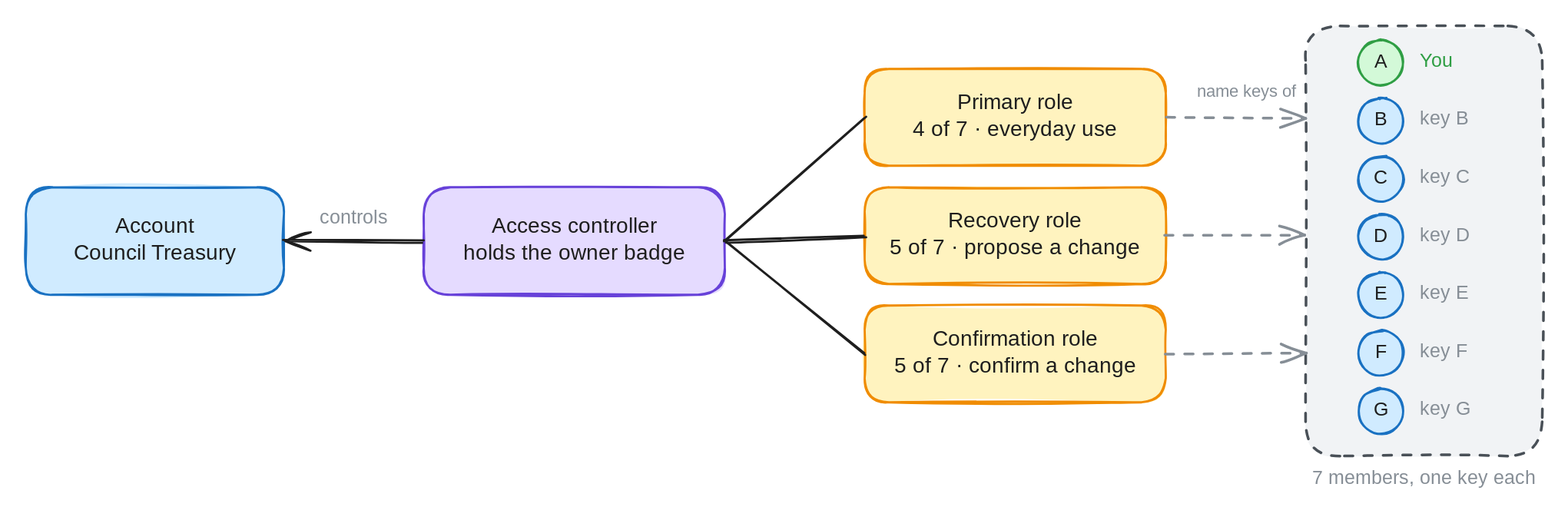
Above: docs/shared-control-pre-authorization/shared-control.svg in radixdlt/sargon (Excalidraw), before the change. Source tidied: one line per element, renumbered; positions are measured from the earlier drawing's top-left corner, leaving out a move shared by most shapes. The source it was exported from:
```json
{"id": 0, "type": "rectangle", "strokeColor": "#1971c2", "backgroundColor": "#d0ebff", "fillStyle": "solid", "strokeWidth": 2, "roughness": 1, "round": true, "x": 0, "y": 150, "width": 240, "height": 100}
{"id": 1, "type": "text", "text": "Account\nCouncil Treasury", "strokeColor": "#1e1e1e", "strokeWidth": 2, "roughness": 1, "fontSize": 20, "fontFamily": 5, "textAlign": "center", "verticalAlign": "middle", "inside": 0, "x": 40, "y": 175, "width": 160, "height": 50}
{"id": 2, "type": "rectangle", "strokeColor": "#6741d9", "backgroundColor": "#e5dbff", "fillStyle": "solid", "strokeWidth": 2, "roughness": 1, "round": true, "x": 370, "y": 150, "width": 280, "height": 100}
{"id": 3, "type": "text", "text": "Access controller\nholds the owner badge", "strokeColor": "#1e1e1e", "strokeWidth": 2, "roughness": 1, "fontSize": 20, "fontFamily": 5, "textAlign": "center", "verticalAlign": "middle", "inside": 2, "x": 400, "y": 175, "width": 220, "height": 50}
{"id": 4, "type": "arrow", "strokeColor": "#1e1e1e", "strokeWidth": 2, "roughness": 1, "endArrowhead": "arrow", "round": true, "from": 2, "to": 0, "x": 370, "y": 200, "width": 130, "height": 0, "points": [[0, 0], [-130, 0]]}
{"id": 5, "type": "text", "text": "controls", "strokeColor": "#868e96", "strokeWidth": 2, "roughness": 1, "fontSize": 18, "fontFamily": 5, "textAlign": "center", "x": 269, "y": 168, "width": 71, "height": 22}
{"id": 6, "type": "rectangle", "strokeColor": "#495057", "backgroundColor": "#f1f3f5", "fillStyle": "solid", "strokeWidth": 2, "strokeStyle": "dashed", "roughness": 1, "round": true, "x": 1190, "y": 0, "width": 220, "height": 400}
{"id": 7, "type": "text", "text": "7 members, one key each", "strokeColor": "#868e96", "strokeWidth": 2, "roughness": 1, "fontSize": 18, "fontFamily": 5, "textAlign": "center", "x": 1194, "y": 410, "width": 212, "height": 22}
{"id": 8, "type": "rectangle", "strokeColor": "#f08c00", "backgroundColor": "#fff3bf", "fillStyle": "solid", "strokeWidth": 2, "roughness": 1, "round": true, "x": 780, "y": 40, "width": 280, "height": 90}
{"id": 9, "type": "text", "text": "Primary role\n4 of 7 · everyday use", "strokeColor": "#1e1e1e", "strokeWidth": 2, "roughness": 1, "fontSize": 20, "fontFamily": 5, "textAlign": "center", "verticalAlign": "middle", "inside": 8, "x": 817, "y": 60, "width": 206, "height": 50}
{"id": 10, "type": "arrow", "strokeColor": "#1e1e1e", "strokeWidth": 2, "roughness": 1, "round": true, "from": 2, "to": 8, "x": 650, "y": 200, "width": 130, "height": 115, "points": [[0, 0], [130, -115]]}
{"id": 11, "type": "arrow", "strokeColor": "#868e96", "strokeWidth": 2, "strokeStyle": "dashed", "roughness": 1, "endArrowhead": "arrow", "round": true, "from": 8, "to": 6, "x": 1060, "y": 85, "width": 130, "height": 0, "points": [[0, 0], [130, 0]]}
{"id": 12, "type": "rectangle", "strokeColor": "#f08c00", "backgroundColor": "#fff3bf", "fillStyle": "solid", "strokeWidth": 2, "roughness": 1, "round": true, "x": 780, "y": 150, "width": 280, "height": 90}
{"id": 13, "type": "text", "text": "Recovery role\n5 of 7 · propose a change", "strokeColor": "#1e1e1e", "strokeWidth": 2, "roughness": 1, "fontSize": 20, "fontFamily": 5, "textAlign": "center", "verticalAlign": "middle", "inside": 12, "x": 795, "y": 170, "width": 250, "height": 50}
{"id": 14, "type": "arrow", "strokeColor": "#1e1e1e", "strokeWidth": 2, "roughness": 1, "round": true, "from": 2, "to": 12, "x": 650, "y": 200, "width": 130, "height": 5, "points": [[0, 0], [130, -5]]}
{"id": 15, "type": "arrow", "strokeColor": "#868e96", "strokeWidth": 2, "strokeStyle": "dashed", "roughness": 1, "endArrowhead": "arrow", "round": true, "from": 12, "to": 6, "x": 1060, "y": 195, "width": 130, "height": 0, "points": [[0, 0], [130, 0]]}
{"id": 16, "type": "rectangle", "strokeColor": "#f08c00", "backgroundColor": "#fff3bf", "fillStyle": "solid", "strokeWidth": 2, "roughness": 1, "round": true, "x": 780, "y": 260, "width": 280, "height": 90}
{"id": 17, "type": "text", "text": "Confirmation role\n5 of 7 · confirm a change", "strokeColor": "#1e1e1e", "strokeWidth": 2, "roughness": 1, "fontSize": 20, "fontFamily": 5, "textAlign": "center", "verticalAlign": "middle", "inside": 16, "x": 798, "y": 280, "width": 243, "height": 50}
{"id": 18, "type": "arrow", "strokeColor": "#1e1e1e", "strokeWidth": 2, "roughness": 1, "round": true, "from": 2, "to": 16, "x": 650, "y": 200, "width": 130, "height": 105, "points": [[0, 0], [130, 105]]}
{"id": 19, "type": "arrow", "strokeColor": "#868e96", "strokeWidth": 2, "strokeStyle": "dashed", "roughness": 1, "endArrowhead": "arrow", "round": true, "from": 16, "to": 6, "x": 1060, "y": 305, "width": 130, "height": 0, "points": [[0, 0], [130, 0]]}
{"id": 20, "type": "text", "text": "name keys of", "strokeColor": "#868e96", "strokeWidth": 2, "roughness": 1, "fontSize": 16, "fontFamily": 5, "textAlign": "center", "x": 1084, "y": 52, "width": 102, "height": 20}
{"id": 21, "type": "ellipse", "strokeColor": "#2f9e44", "backgroundColor": "#d3f9d8", "fillStyle": "solid", "strokeWidth": 2, "roughness": 1, "x": 1239, "y": 13, "width": 42, "height": 42}
{"id": 22, "type": "text", "text": "A", "strokeColor": "#1e1e1e", "strokeWidth": 2, "roughness": 1, "fontSize": 18, "fontFamily": 5, "textAlign": "center", "verticalAlign": "middle", "inside": 21, "x": 1254, "y": 23, "width": 12, "height": 22}
{"id": 23, "type": "text", "text": "You", "strokeColor": "#2f9e44", "strokeWidth": 2, "roughness": 1, "fontSize": 18, "fontFamily": 5, "x": 1296, "y": 22, "width": 30, "height": 22}
{"id": 24, "type": "ellipse", "strokeColor": "#1971c2", "backgroundColor": "#d0ebff", "fillStyle": "solid", "strokeWidth": 2, "roughness": 1, "x": 1239, "y": 67, "width": 42, "height": 42}
{"id": 25, "type": "text", "text": "B", "strokeColor": "#1e1e1e", "strokeWidth": 2, "roughness": 1, "fontSize": 18, "fontFamily": 5, "textAlign": "center", "verticalAlign": "middle", "inside": 24, "x": 1253, "y": 77, "width": 14, "height": 22}
{"id": 26, "type": "text", "text": "key B", "strokeColor": "#868e96", "strokeWidth": 2, "roughness": 1, "fontSize": 18, "fontFamily": 5, "x": 1296, "y": 76, "width": 50, "height": 22}
{"id": 27, "type": "ellipse", "strokeColor": "#1971c2", "backgroundColor": "#d0ebff", "fillStyle": "solid", "strokeWidth": 2, "roughness": 1, "x": 1239, "y": 121, "width": 42, "height": 42}
{"id": 28, "type": "text", "text": "C", "strokeColor": "#1e1e1e", "strokeWidth": 2, "roughness": 1, "fontSize": 18, "fontFamily": 5, "textAlign": "center", "verticalAlign": "middle", "inside": 27, "x": 1254, "y": 131, "width": 11, "height": 22}
{"id": 29, "type": "text", "text": "key C", "strokeColor": "#868e96", "strokeWidth": 2, "roughness": 1, "fontSize": 18, "fontFamily": 5, "x": 1296, "y": 130, "width": 47, "height": 22}
{"id": 30, "type": "ellipse", "strokeColor": "#1971c2", "backgroundColor": "#d0ebff", "fillStyle": "solid", "strokeWidth": 2, "roughness": 1, "x": 1239, "y": 175, "width": 42, "height": 42}
{"id": 31, "type": "text", "text": "D", "strokeColor": "#1e1e1e", "strokeWidth": 2, "roughness": 1, "fontSize": 18, "fontFamily": 5, "textAlign": "center", "verticalAlign": "middle", "inside": 30, "x": 1253, "y": 185, "width": 14, "height": 22}
{"id": 32, "type": "text", "text": "key D", "strokeColor": "#868e96", "strokeWidth": 2, "roughness": 1, "fontSize": 18, "fontFamily": 5, "x": 1296, "y": 184, "width": 50, "height": 22}
{"id": 33, "type": "ellipse", "strokeColor": "#1971c2", "backgroundColor": "#d0ebff", "fillStyle": "solid", "strokeWidth": 2, "roughness": 1, "x": 1239, "y": 229, "width": 42, "height": 42}
{"id": 34, "type": "text", "text": "E", "strokeColor": "#1e1e1e", "strokeWidth": 2, "roughness": 1, "fontSize": 18, "fontFamily": 5, "textAlign": "center", "verticalAlign": "middle", "inside": 33, "x": 1254, "y": 239, "width": 13, "height": 22}
{"id": 35, "type": "text", "text": "key E", "strokeColor": "#868e96", "strokeWidth": 2, "roughness": 1, "fontSize": 18, "fontFamily": 5, "x": 1296, "y": 238, "width": 49, "height": 22}
{"id": 36, "type": "ellipse", "strokeColor": "#1971c2", "backgroundColor": "#d0ebff", "fillStyle": "solid", "strokeWidth": 2, "roughness": 1, "x": 1239, "y": 283, "width": 42, "height": 42}
{"id": 37, "type": "text", "text": "F", "strokeColor": "#1e1e1e", "strokeWidth": 2, "roughness": 1, "fontSize": 18, "fontFamily": 5, "textAlign": "center", "verticalAlign": "middle", "inside": 36, "x": 1254, "y": 293, "width": 12, "height": 22}
{"id": 38, "type": "text", "text": "key F", "strokeColor": "#868e96", "strokeWidth": 2, "roughness": 1, "fontSize": 18, "fontFamily": 5, "x": 1296, "y": 292, "width": 48, "height": 22}
{"id": 39, "type": "ellipse", "strokeColor": "#1971c2", "backgroundColor": "#d0ebff", "fillStyle": "solid", "strokeWidth": 2, "roughness": 1, "x": 1239, "y": 337, "width": 42, "height": 42}
{"id": 40, "type": "text", "text": "G", "strokeColor": "#1e1e1e", "strokeWidth": 2, "roughness": 1, "fontSize": 18, "fontFamily": 5, "textAlign": "center", "verticalAlign": "middle", "inside": 39, "x": 1253, "y": 347, "width": 14, "height": 22}
{"id": 41, "type": "text", "text": "key G", "strokeColor": "#868e96", "strokeWidth": 2, "roughness": 1, "fontSize": 18, "fontFamily": 5, "x": 1296, "y": 346, "width": 50, "height": 22}
```
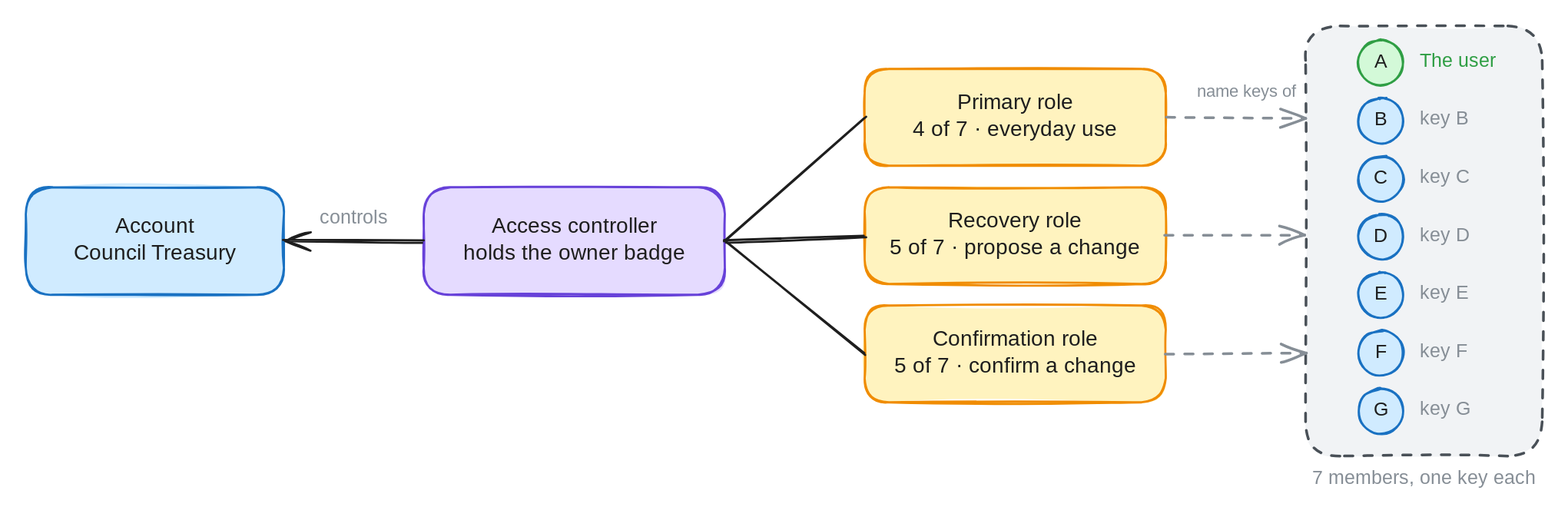
After the change.

Commit message:
Make the shared control doc consistent with the code

What changed in the source:
```diff
@@ -21,7 +21,7 @@
 {"id": 20, "type": "text", "text": "name keys of", "strokeColor": "#868e96", "strokeWidth": 2, "roughness": 1, "fontSize": 16, "fontFamily": 5, "textAlign": "center", "x": 1084, "y": 52, "width": 102, "height": 20}
 {"id": 21, "type": "ellipse", "strokeColor": "#2f9e44", "backgroundColor": "#d3f9d8", "fillStyle": "solid", "strokeWidth": 2, "roughness": 1, "x": 1239, "y": 13, "width": 42, "height": 42}
 {"id": 22, "type": "text", "text": "A", "strokeColor": "#1e1e1e", "strokeWidth": 2, "roughness": 1, "fontSize": 18, "fontFamily": 5, "textAlign": "center", "verticalAlign": "middle", "inside": 21, "x": 1254, "y": 23, "width": 12, "height": 22}
-{"id": 23, "type": "text", "text": "You", "strokeColor": "#2f9e44", "strokeWidth": 2, "roughness": 1, "fontSize": 18, "fontFamily": 5, "x": 1296, "y": 22, "width": 30, "height": 22}
+{"id": 23, "type": "text", "text": "The user", "strokeColor": "#2f9e44", "strokeWidth": 2, "roughness": 1, "fontSize": 18, "fontFamily": 5, "x": 1296, "y": 22, "width": 79, "height": 22}
 {"id": 24, "type": "ellipse", "strokeColor": "#1971c2", "backgroundColor": "#d0ebff", "fillStyle": "solid", "strokeWidth": 2, "roughness": 1, "x": 1239, "y": 67, "width": 42, "height": 42}
 {"id": 25, "type": "text", "text": "B", "strokeColor": "#1e1e1e", "strokeWidth": 2, "roughness": 1, "fontSize": 18, "fontFamily": 5, "textAlign": "center", "verticalAlign": "middle", "inside": 24, "x": 1253, "y": 77, "width": 14, "height": 22}
 {"id": 26, "type": "text", "text": "key B", "strokeColor": "#868e96", "strokeWidth": 2, "roughness": 1, "fontSize": 18, "fontFamily": 5, "x": 1296, "y": 76, "width": 50, "height": 22}
```
